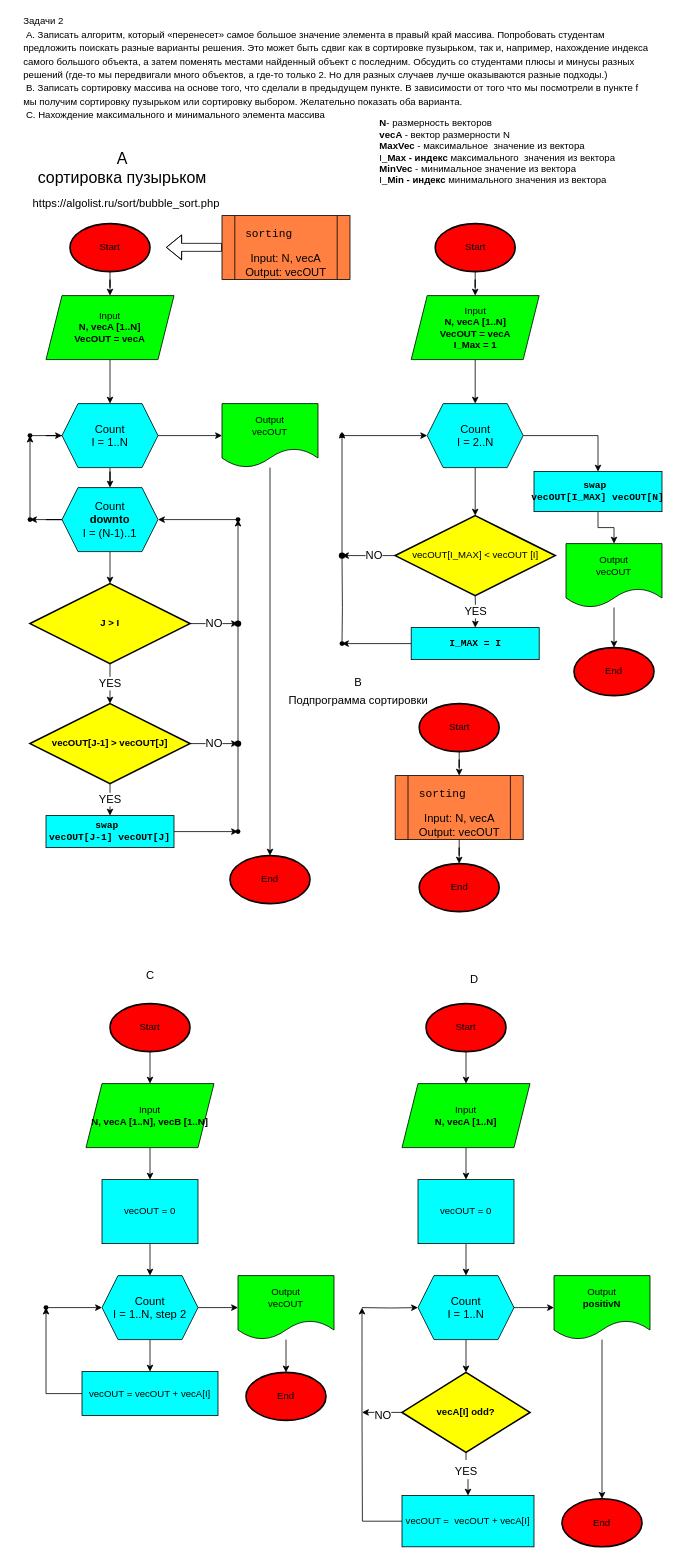
Earlier version of the draw.io diagram safonov_seminar2_crw_2.drawio (saffonov/gb_learning). Source tidied: cells renumbered, new cells numbered last; positions are measured from the earlier drawing's top-left corner, leaving out a move shared by most shapes. Both pictures are drawn from the tidied source at 80%, with x=0, y=0 at pixel (14, 15).
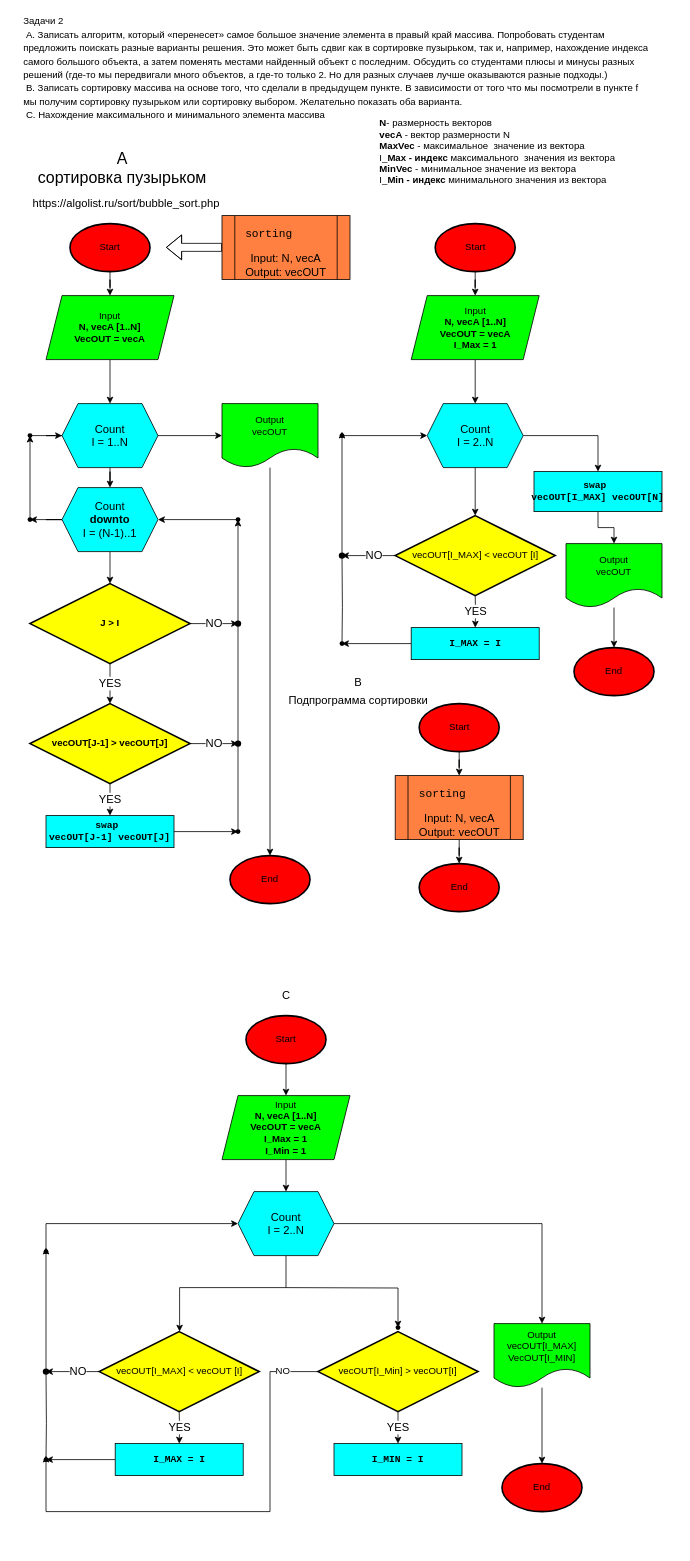
After the change.

Change to the diagram source:
```diff
@@
-    <mxCell id="15" style="edgeStyle=orthogonalEdgeStyle;rounded=0;jettySize=auto;html=1;fontFamily=Helvetica;fontSize=14;" parent="1" edge="1" source="16" target="21">
-      <mxGeometry relative="1" as="geometry" />
-    </mxCell>
+    <mxCell id="109" style="edgeStyle=orthogonalEdgeStyle;rounded=0;jettySize=auto;html=1;fontFamily=Helvetica;fontSize=12;" parent="1" edge="1" source="16" target="112">
+      <mxGeometry relative="1" as="geometry" />
+    </mxCell>
     <mxCell id="16" value="Start" style="strokeWidth=2;html=1;shape=mxgraph.flowchart.start_1;whiteSpace=wrap;fillColor=#FF0000;" parent="1" vertex="1">
-      <mxGeometry x="120" y="1235" width="100" height="60" as="geometry" />
+      <mxGeometry x="290" y="1250" width="100" height="60" as="geometry" />
     </mxCell>
-    <mxCell id="17" style="edgeStyle=orthogonalEdgeStyle;rounded=0;jettySize=auto;html=1;fontFamily=Helvetica;fontSize=14;" parent="1" edge="1" source="18" target="30">
-      <mxGeometry relative="1" as="geometry" />
-    </mxCell>
-    <mxCell id="18" value="&lt;div&gt;vecOUT = 0&lt;br&gt;&lt;/div&gt;" style="rounded=0;whiteSpace=wrap;html=1;fillColor=#00FFFF;" parent="1" vertex="1">
-      <mxGeometry x="110" y="1455" width="120" height="80" as="geometry" />
-    </mxCell>
-    <mxCell id="19" value="End" style="strokeWidth=2;html=1;shape=mxgraph.flowchart.start_1;whiteSpace=wrap;fillColor=#FF0000;" parent="1" vertex="1">
-      <mxGeometry x="290" y="1696" width="100" height="60" as="geometry" />
-    </mxCell>
-    <mxCell id="20" style="edgeStyle=orthogonalEdgeStyle;rounded=0;jettySize=auto;html=1;fontFamily=Helvetica;fontSize=14;" parent="1" edge="1" source="21" target="18">
-      <mxGeometry relative="1" as="geometry" />
-    </mxCell>
-    <mxCell id="21" value="&lt;div&gt;Input&lt;/div&gt;&lt;div&gt;&lt;b&gt;N, vecA [1..N], vecB [1..N]&lt;/b&gt;&lt;b&gt;&lt;br&gt;&lt;/b&gt;&lt;/div&gt;" style="shape=parallelogram;perimeter=parallelogramPerimeter;whiteSpace=wrap;html=1;fixedSize=1;fillColor=#00FF00;" parent="1" vertex="1">
-      <mxGeometry x="90" y="1335" width="160" height="80" as="geometry" />
-    </mxCell>
-    <mxCell id="22" style="edgeStyle=orthogonalEdgeStyle;rounded=0;jettySize=auto;html=1;fontFamily=Helvetica;fontSize=20;" parent="1" edge="1" source="25" target="49">
-      <mxGeometry relative="1" as="geometry" />
-    </mxCell>
-    <mxCell id="23" value="&lt;font style=&quot;font-size: 14px;&quot;&gt;YES&lt;/font&gt;" style="edgeLabel;html=1;align=center;verticalAlign=middle;fontSize=20;fontFamily=Helvetica;" parent="22" vertex="1">
-      <mxGeometry x="-0.28" y="-1" relative="1" as="geometry" />
-    </mxCell>
-    <mxCell id="24" value="&lt;font style=&quot;font-size: 14px;&quot;&gt;NO&lt;/font&gt;" style="edgeStyle=orthogonalEdgeStyle;rounded=0;jettySize=auto;html=1;fontFamily=Helvetica;fontSize=20;" parent="1" edge="1" source="25">
-      <mxGeometry relative="1" as="geometry">
-        <mxPoint x="435" y="1746" as="targetPoint" />
-      </mxGeometry>
-    </mxCell>
-    <mxCell id="25" value="&lt;b&gt;vecA[I] odd?&lt;br&gt;&lt;/b&gt;" style="strokeWidth=2;html=1;shape=mxgraph.flowchart.decision;whiteSpace=wrap;labelBackgroundColor=none;fontColor=default;fillColor=#FFFF00;" parent="1" vertex="1">
-      <mxGeometry x="485" y="1696" width="160" height="100" as="geometry" />
-    </mxCell>
-    <mxCell id="26" style="edgeStyle=orthogonalEdgeStyle;rounded=0;jettySize=auto;html=1;fontFamily=Helvetica;fontSize=14;" parent="1" edge="1" source="27" target="19">
-      <mxGeometry relative="1" as="geometry" />
-    </mxCell>
-    <mxCell id="27" value="&lt;div&gt;Output&lt;/div&gt;&lt;div&gt;vecOUT&lt;br&gt;&lt;/div&gt;" style="shape=document;whiteSpace=wrap;html=1;boundedLbl=1;fillColor=#00FF00;" parent="1" vertex="1">
-      <mxGeometry x="280" y="1575" width="120" height="80" as="geometry" />
-    </mxCell>
-    <mxCell id="28" style="edgeStyle=orthogonalEdgeStyle;rounded=0;jettySize=auto;html=1;fontFamily=Helvetica;fontSize=14;" parent="1" edge="1" source="30" target="32">
-      <mxGeometry relative="1" as="geometry" />
-    </mxCell>
-    <mxCell id="29" style="edgeStyle=orthogonalEdgeStyle;rounded=0;jettySize=auto;html=1;fontFamily=Helvetica;fontSize=14;" parent="1" edge="1" source="30" target="27">
-      <mxGeometry relative="1" as="geometry" />
-    </mxCell>
-    <mxCell id="30" value="&lt;div&gt;Count&lt;/div&gt;&lt;div&gt;I = 1..N, step 2&lt;br&gt;&lt;/div&gt;" style="shape=hexagon;perimeter=hexagonPerimeter2;whiteSpace=wrap;html=1;fixedSize=1;fontFamily=Helvetica;fontSize=14;fillColor=#00FFFF;" parent="1" vertex="1">
-      <mxGeometry x="110" y="1575" width="120" height="80" as="geometry" />
-    </mxCell>
-    <mxCell id="31" style="edgeStyle=orthogonalEdgeStyle;rounded=0;jettySize=auto;html=1;fontFamily=Helvetica;fontSize=14;" parent="1" edge="1" source="32" target="34">
-      <mxGeometry relative="1" as="geometry" />
-    </mxCell>
-    <mxCell id="32" value="&lt;div&gt;vecOUT = vecOUT + vecA[I]&lt;/div&gt;" style="rounded=0;whiteSpace=wrap;html=1;fillColor=#00FFFF;" parent="1" vertex="1">
-      <mxGeometry x="85" y="1695" width="170" height="55" as="geometry" />
-    </mxCell>
-    <mxCell id="33" style="edgeStyle=orthogonalEdgeStyle;rounded=0;jettySize=auto;html=1;fontFamily=Helvetica;fontSize=14;" parent="1" edge="1" source="34" target="30">
-      <mxGeometry relative="1" as="geometry" />
-    </mxCell>
-    <mxCell id="34" style="shape=waypoint;sketch=0;size=6;points=[];fillColor=#00FFFF;perimeter=centerPerimeter;snapToPoint=1;rounded=0;" parent="1" vertex="1">
-      <mxGeometry x="20" y="1595" width="40" height="40" as="geometry" />
-    </mxCell>
     <mxCell id="35" value="C" style="text;html=1;align=center;verticalAlign=middle;strokeColor=none;fillColor=none;fontSize=14;fontFamily=Helvetica;" parent="1" vertex="1">
-      <mxGeometry x="155" y="1185" width="30" height="30" as="geometry" />
+      <mxGeometry x="325" y="1210" width="30" height="30" as="geometry" />
     </mxCell>
-    <mxCell id="36" style="edgeStyle=orthogonalEdgeStyle;rounded=0;jettySize=auto;html=1;fontFamily=Helvetica;fontSize=14;" parent="1" edge="1" source="37" target="42">
-      <mxGeometry relative="1" as="geometry" />
-    </mxCell>
-    <mxCell id="37" value="Start" style="strokeWidth=2;html=1;shape=mxgraph.flowchart.start_1;whiteSpace=wrap;fillColor=#FF0000;" parent="1" vertex="1">
-      <mxGeometry x="515" y="1235" width="100" height="60" as="geometry" />
-    </mxCell>
-    <mxCell id="38" style="edgeStyle=orthogonalEdgeStyle;rounded=0;jettySize=auto;html=1;fontFamily=Helvetica;fontSize=14;" parent="1" edge="1" source="39" target="47">
-      <mxGeometry relative="1" as="geometry" />
-    </mxCell>
-    <mxCell id="39" value="&lt;div&gt;vecOUT = 0&lt;br&gt;&lt;/div&gt;" style="rounded=0;whiteSpace=wrap;html=1;fillColor=#00FFFF;" parent="1" vertex="1">
-      <mxGeometry x="505" y="1455" width="120" height="80" as="geometry" />
-    </mxCell>
-    <mxCell id="40" value="End" style="strokeWidth=2;html=1;shape=mxgraph.flowchart.start_1;whiteSpace=wrap;fillColor=#FF0000;" parent="1" vertex="1">
-      <mxGeometry x="685" y="1854" width="100" height="60" as="geometry" />
-    </mxCell>
-    <mxCell id="41" style="edgeStyle=orthogonalEdgeStyle;rounded=0;jettySize=auto;html=1;fontFamily=Helvetica;fontSize=14;" parent="1" edge="1" source="42" target="39">
-      <mxGeometry relative="1" as="geometry" />
-    </mxCell>
-    <mxCell id="42" value="&lt;div&gt;Input&lt;/div&gt;&lt;div&gt;&lt;b&gt;N, vecA [1..N]&lt;/b&gt;&lt;b&gt;&lt;br&gt;&lt;/b&gt;&lt;/div&gt;" style="shape=parallelogram;perimeter=parallelogramPerimeter;whiteSpace=wrap;html=1;fixedSize=1;fillColor=#00FF00;" parent="1" vertex="1">
-      <mxGeometry x="485" y="1335" width="160" height="80" as="geometry" />
-    </mxCell>
-    <mxCell id="43" style="edgeStyle=orthogonalEdgeStyle;rounded=0;jettySize=auto;html=1;fontFamily=Helvetica;fontSize=14;" parent="1" edge="1" source="44" target="40">
-      <mxGeometry relative="1" as="geometry" />
-    </mxCell>
-    <mxCell id="44" value="&lt;div&gt;Output&lt;/div&gt;&lt;div&gt;&lt;b&gt;positivN&lt;/b&gt;&lt;/div&gt;" style="shape=document;whiteSpace=wrap;html=1;boundedLbl=1;fillColor=#00FF00;" parent="1" vertex="1">
-      <mxGeometry x="675" y="1575" width="120" height="80" as="geometry" />
-    </mxCell>
-    <mxCell id="45" style="edgeStyle=orthogonalEdgeStyle;rounded=0;jettySize=auto;html=1;fontFamily=Helvetica;fontSize=14;" parent="1" edge="1" source="47" target="44">
-      <mxGeometry relative="1" as="geometry" />
-    </mxCell>
-    <mxCell id="46" style="edgeStyle=orthogonalEdgeStyle;rounded=0;jettySize=auto;html=1;fontFamily=Helvetica;fontSize=20;" parent="1" edge="1" source="47" target="25">
-      <mxGeometry relative="1" as="geometry" />
-    </mxCell>
-    <mxCell id="47" value="&lt;div&gt;Count&lt;/div&gt;&lt;div&gt;I = 1..N&lt;br&gt;&lt;/div&gt;" style="shape=hexagon;perimeter=hexagonPerimeter2;whiteSpace=wrap;html=1;fixedSize=1;fontFamily=Helvetica;fontSize=14;fillColor=#00FFFF;" parent="1" vertex="1">
-      <mxGeometry x="505" y="1575" width="120" height="80" as="geometry" />
-    </mxCell>
-    <mxCell id="48" style="edgeStyle=orthogonalEdgeStyle;rounded=0;orthogonalLoop=1;jettySize=auto;html=1;fontFamily=Helvetica;fontSize=14;startArrow=none;" parent="1" edge="1">
-      <mxGeometry relative="1" as="geometry">
-        <mxPoint x="435" y="1746" as="sourcePoint" />
-        <mxPoint x="435" y="1615" as="targetPoint" />
-        <Array as="points">
-          <mxPoint x="435" y="1686" />
-          <mxPoint x="435" y="1686" />
-        </Array>
-      </mxGeometry>
-    </mxCell>
-    <mxCell id="49" value="&lt;div&gt;vecOUT =&amp;nbsp; vecOUT + vecA[I]&lt;br&gt;&lt;/div&gt;" style="rounded=0;whiteSpace=wrap;html=1;fillColor=#00FFFF;" parent="1" vertex="1">
-      <mxGeometry x="485" y="1850" width="165" height="64" as="geometry" />
-    </mxCell>
-    <mxCell id="50" style="edgeStyle=orthogonalEdgeStyle;rounded=0;jettySize=auto;html=1;fontFamily=Helvetica;fontSize=14;" parent="1" edge="1" target="47">
-      <mxGeometry relative="1" as="geometry">
-        <mxPoint x="435" y="1615" as="sourcePoint" />
-      </mxGeometry>
-    </mxCell>
-    <mxCell id="51" value="D" style="text;html=1;align=center;verticalAlign=middle;strokeColor=none;fillColor=none;fontSize=14;fontFamily=Helvetica;" parent="1" vertex="1">
-      <mxGeometry x="560" y="1190" width="30" height="30" as="geometry" />
-    </mxCell>
-    <mxCell id="52" style="edgeStyle=orthogonalEdgeStyle;rounded=0;jettySize=auto;html=1;fontFamily=Helvetica;fontSize=14;endArrow=none;" parent="1" edge="1" source="49">
-      <mxGeometry relative="1" as="geometry">
-        <mxPoint x="435" y="1746" as="targetPoint" />
-      </mxGeometry>
-    </mxCell>
@@
+    <mxCell id="110" value="End" style="strokeWidth=2;html=1;shape=mxgraph.flowchart.start_1;whiteSpace=wrap;fillColor=#FF0000;" parent="1" vertex="1">
+      <mxGeometry x="610" y="1810" width="100" height="60" as="geometry" />
+    </mxCell>
+    <mxCell id="111" style="edgeStyle=orthogonalEdgeStyle;rounded=0;jettySize=auto;html=1;fontFamily=Helvetica;fontSize=14;" parent="1" edge="1" source="112" target="117">
+      <mxGeometry relative="1" as="geometry" />
+    </mxCell>
+    <mxCell id="112" value="&lt;div&gt;Input&lt;/div&gt;&lt;div&gt;&lt;b&gt;N, vecA [1..N]&lt;/b&gt;&lt;/div&gt;&lt;div&gt;&lt;b&gt;VecOUT = vecA&lt;/b&gt;&lt;/div&gt;&lt;div&gt;&lt;b&gt;I_Max = 1&lt;br&gt;&lt;/b&gt;&lt;/div&gt;&lt;div&gt;&lt;b&gt;I_Min = 1&lt;br&gt;&lt;/b&gt;&lt;/div&gt;" style="shape=parallelogram;perimeter=parallelogramPerimeter;whiteSpace=wrap;html=1;fixedSize=1;fillColor=#00FF00;" parent="1" vertex="1">
+      <mxGeometry x="260" y="1350" width="160" height="80" as="geometry" />
+    </mxCell>
+    <mxCell id="113" style="edgeStyle=orthogonalEdgeStyle;rounded=0;jettySize=auto;html=1;fontFamily=Helvetica;fontSize=14;" parent="1" edge="1" source="114" target="110">
+      <mxGeometry relative="1" as="geometry" />
+    </mxCell>
+    <mxCell id="114" value="&lt;div&gt;Output&lt;/div&gt;&lt;div&gt;vecOUT[I_MAX]&lt;/div&gt;&lt;div&gt;VecOUT[I_MIN]&lt;br&gt;&lt;/div&gt;" style="shape=document;whiteSpace=wrap;html=1;boundedLbl=1;fillColor=#00FF00;" parent="1" vertex="1">
+      <mxGeometry x="600" y="1635" width="120" height="80" as="geometry" />
+    </mxCell>
+    <mxCell id="115" style="edgeStyle=orthogonalEdgeStyle;rounded=0;jettySize=auto;html=1;fontFamily=Helvetica;fontSize=14;" parent="1" edge="1" source="117" target="120">
+      <mxGeometry relative="1" as="geometry">
+        <Array as="points">
+          <mxPoint x="340" y="1590" />
+          <mxPoint x="207" y="1590" />
+        </Array>
+      </mxGeometry>
+    </mxCell>
+    <mxCell id="116" style="edgeStyle=orthogonalEdgeStyle;rounded=0;jettySize=auto;html=1;fontFamily=Helvetica;fontSize=12;" parent="1" edge="1" target="135">
+      <mxGeometry relative="1" as="geometry">
+        <mxPoint x="340" y="1590" as="sourcePoint" />
+      </mxGeometry>
+    </mxCell>
+    <mxCell id="117" value="&lt;div&gt;Count&lt;/div&gt;&lt;div&gt;I = 2..N&lt;br&gt;&lt;/div&gt;" style="shape=hexagon;perimeter=hexagonPerimeter2;whiteSpace=wrap;html=1;fixedSize=1;fontFamily=Helvetica;fontSize=14;fillColor=#00FFFF;" parent="1" vertex="1">
+      <mxGeometry x="280" y="1470" width="120" height="80" as="geometry" />
+    </mxCell>
+    <mxCell id="118" style="edgeStyle=orthogonalEdgeStyle;rounded=0;jettySize=auto;html=1;fontFamily=Helvetica;fontSize=14;" parent="1" edge="1" source="120" target="128">
+      <mxGeometry relative="1" as="geometry" />
+    </mxCell>
+    <mxCell id="119" value="NO" style="edgeLabel;html=1;align=center;verticalAlign=middle;fontSize=14;fontFamily=Helvetica;" parent="118" vertex="1">
+      <mxGeometry x="-0.19" y="-1" relative="1" as="geometry" />
+    </mxCell>
+    <mxCell id="120" value="vecOUT[I_MAX] &amp;lt; vecOUT [I]" style="strokeWidth=2;html=1;shape=mxgraph.flowchart.decision;whiteSpace=wrap;labelBackgroundColor=none;fontColor=default;fillColor=#FFFF00;" parent="1" vertex="1">
+      <mxGeometry x="106.5" y="1645" width="200" height="100" as="geometry" />
+    </mxCell>
+    <mxCell id="121" style="edgeStyle=orthogonalEdgeStyle;rounded=0;jettySize=auto;html=1;fontFamily=Helvetica;fontSize=14;" parent="1" edge="1" source="122" target="125">
+      <mxGeometry relative="1" as="geometry" />
+    </mxCell>
+    <mxCell id="122" value="&lt;div align=&quot;center&quot;&gt;&lt;pre dir=&quot;ltr&quot; style=&quot;&quot; id=&quot;tw-target-text&quot; class=&quot;tw-data-text tw-text-large tw-ta&quot;&gt;&lt;b&gt;&lt;span class=&quot;Y2IQFc&quot; lang=&quot;en&quot;&gt;I_MAX = I&lt;/span&gt;&lt;/b&gt;&lt;/pre&gt;&lt;/div&gt;" style="rounded=0;whiteSpace=wrap;html=1;fillColor=#00FFFF;align=center;" parent="1" vertex="1">
+      <mxGeometry x="126.5" y="1785" width="160" height="40" as="geometry" />
+    </mxCell>
+    <mxCell id="123" value="YES" style="edgeStyle=orthogonalEdgeStyle;rounded=0;jettySize=auto;html=1;fontFamily=Helvetica;fontSize=14;" parent="1" edge="1" target="122">
+      <mxGeometry relative="1" as="geometry">
+        <mxPoint x="206.5" y="1745" as="sourcePoint" />
+      </mxGeometry>
+    </mxCell>
+    <mxCell id="124" style="edgeStyle=orthogonalEdgeStyle;rounded=0;jettySize=auto;html=1;fontFamily=Helvetica;fontSize=14;startArrow=none;" parent="1" edge="1" source="128">
+      <mxGeometry relative="1" as="geometry">
+        <mxPoint x="40" y="1540" as="targetPoint" />
+      </mxGeometry>
+    </mxCell>
+    <mxCell id="125" style="shape=waypoint;sketch=0;size=6;points=[];fillColor=#00FFFF;perimeter=centerPerimeter;snapToPoint=1;rounded=0;" parent="1" vertex="1">
+      <mxGeometry x="20" y="1785" width="40" height="40" as="geometry" />
+    </mxCell>
+    <mxCell id="126" style="edgeStyle=orthogonalEdgeStyle;rounded=0;jettySize=auto;html=1;fontFamily=Helvetica;fontSize=14;" parent="1" edge="1" source="127" target="117">
+      <mxGeometry relative="1" as="geometry">
+        <Array as="points">
+          <mxPoint x="40" y="1510" />
+        </Array>
+      </mxGeometry>
+    </mxCell>
+    <mxCell id="127" style="shape=waypoint;sketch=0;size=6;points=[];fillColor=#00FFFF;perimeter=centerPerimeter;snapToPoint=1;rounded=0;" parent="1" vertex="1">
+      <mxGeometry x="20" y="1525" width="40" height="40" as="geometry" />
+    </mxCell>
+    <mxCell id="128" style="shape=waypoint;sketch=0;size=6;points=[];fillColor=#FFFF00;perimeter=centerPerimeter;snapToPoint=1;strokeWidth=2;labelBackgroundColor=none;" parent="1" vertex="1">
+      <mxGeometry x="20" y="1675" width="40" height="40" as="geometry" />
+    </mxCell>
+    <mxCell id="129" style="edgeStyle=orthogonalEdgeStyle;rounded=0;jettySize=auto;html=1;fontFamily=Helvetica;fontSize=14;endArrow=none;" parent="1" edge="1" target="128">
+      <mxGeometry relative="1" as="geometry">
+        <mxPoint x="40" y="1805" as="sourcePoint" />
+      </mxGeometry>
+    </mxCell>
+    <mxCell id="130" style="edgeStyle=orthogonalEdgeStyle;rounded=0;jettySize=auto;html=1;fontFamily=Helvetica;fontSize=14;exitX=1;exitY=0.5;exitDx=0;exitDy=0;" parent="1" edge="1" source="117" target="114">
+      <mxGeometry relative="1" as="geometry" />
+    </mxCell>
+    <mxCell id="131" value="NO" style="edgeStyle=orthogonalEdgeStyle;rounded=0;jettySize=auto;html=1;fontFamily=Helvetica;fontSize=12;" parent="1" edge="1" source="132">
+      <mxGeometry x="-0.85" relative="1" as="geometry">
+        <mxPoint x="40" y="1800" as="targetPoint" />
+        <Array as="points">
+          <mxPoint x="320" y="1695" />
+          <mxPoint x="320" y="1870" />
+          <mxPoint x="40" y="1870" />
+        </Array>
+      </mxGeometry>
+    </mxCell>
+    <mxCell id="132" value="vecOUT[I_Min] &amp;gt; vecOUT[I]" style="strokeWidth=2;html=1;shape=mxgraph.flowchart.decision;whiteSpace=wrap;labelBackgroundColor=none;fontColor=default;fillColor=#FFFF00;" parent="1" vertex="1">
+      <mxGeometry x="380" y="1645" width="200" height="100" as="geometry" />
+    </mxCell>
+    <mxCell id="133" value="&lt;div align=&quot;center&quot;&gt;&lt;pre dir=&quot;ltr&quot; style=&quot;&quot; id=&quot;tw-target-text&quot; class=&quot;tw-data-text tw-text-large tw-ta&quot;&gt;&lt;b&gt;&lt;span class=&quot;Y2IQFc&quot; lang=&quot;en&quot;&gt;I_MIN = I&lt;/span&gt;&lt;/b&gt;&lt;/pre&gt;&lt;/div&gt;" style="rounded=0;whiteSpace=wrap;html=1;fillColor=#00FFFF;align=center;" parent="1" vertex="1">
+      <mxGeometry x="400" y="1785" width="160" height="40" as="geometry" />
+    </mxCell>
+    <mxCell id="134" value="YES" style="edgeStyle=orthogonalEdgeStyle;rounded=0;jettySize=auto;html=1;fontFamily=Helvetica;fontSize=14;exitX=0.5;exitY=1;exitDx=0;exitDy=0;exitPerimeter=0;" parent="1" edge="1" source="132" target="133">
+      <mxGeometry relative="1" as="geometry" />
+    </mxCell>
+    <mxCell id="135" style="shape=waypoint;sketch=0;size=6;points=[];fillColor=#00FFFF;perimeter=centerPerimeter;snapToPoint=1;fontSize=14;" parent="1" vertex="1">
+      <mxGeometry x="460" y="1620" width="40" height="40" as="geometry" />
+    </mxCell>
```
